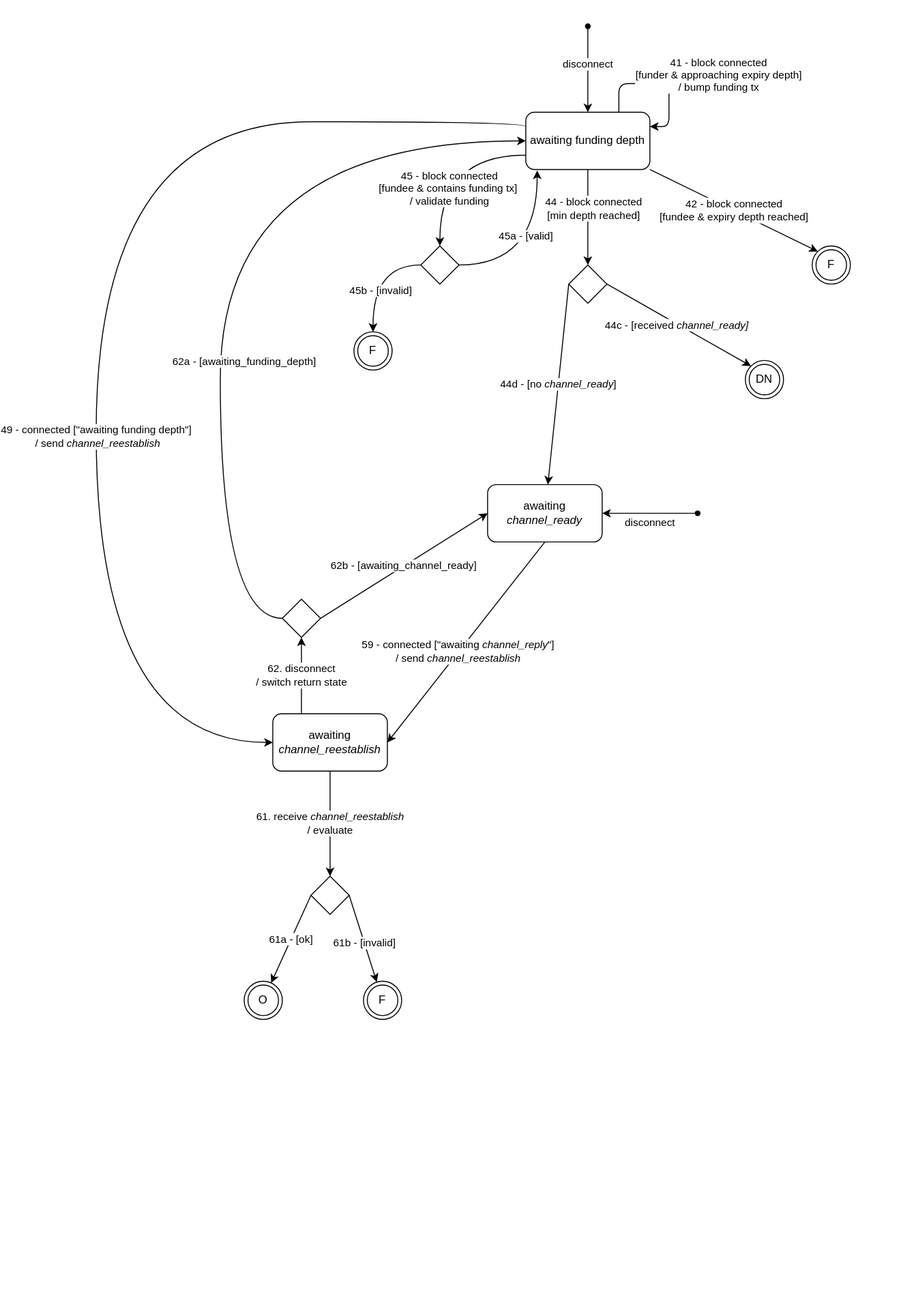
node-lightning/node-lightning keeps this draw.io diagram as docs/DisconnectedOpenChannel.svg. Above is the earlier version. Source tidied: cells renumbered, new cells last; positions are measured from the earlier drawing's top-left corner, leaving out a move shared by most shapes.
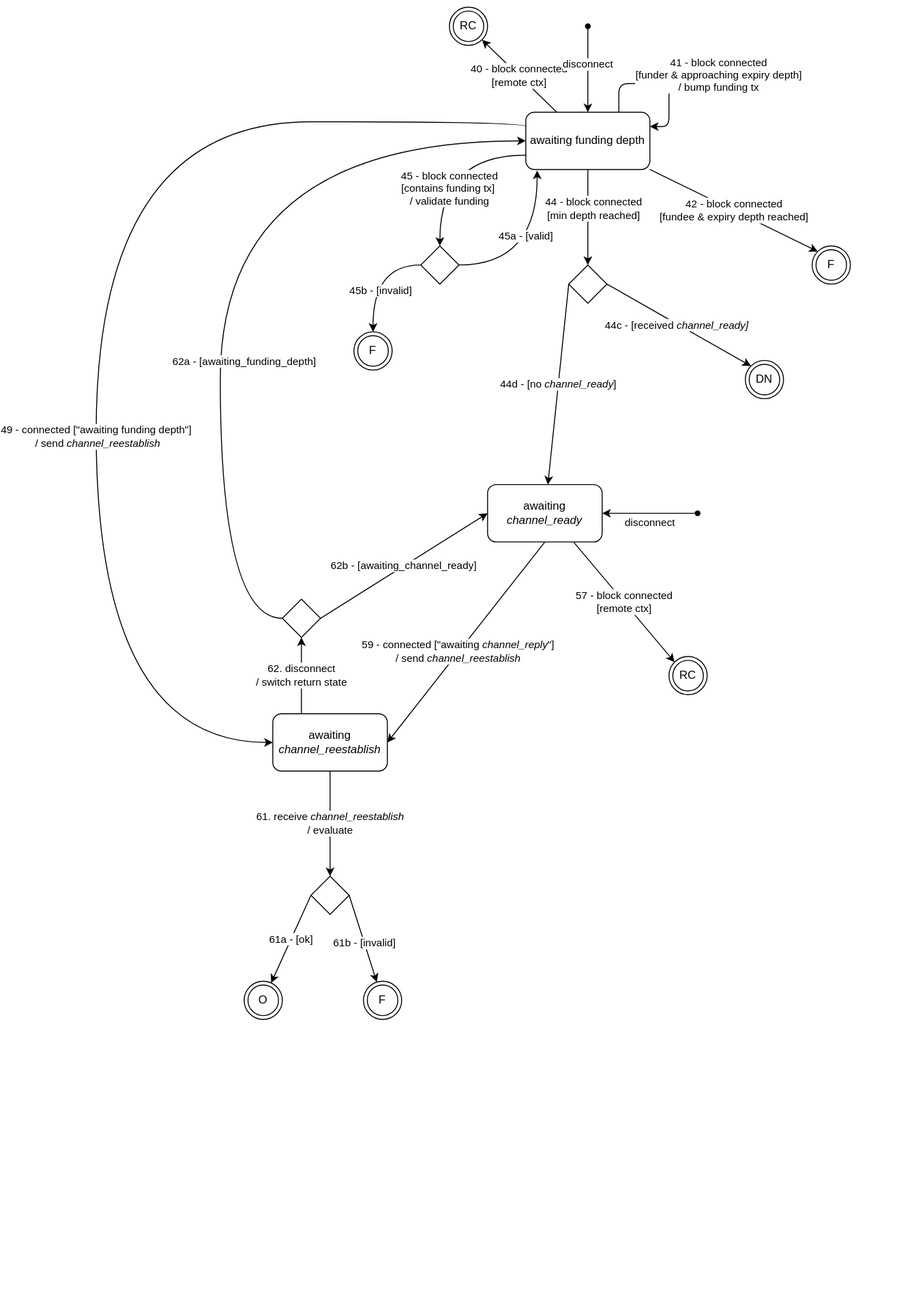
Above is the later version.

Commit message:
docs: update open to look for unilateral close

Diff of the diagram source:
```diff
@@ -27,9 +27,12 @@
     <mxCell id="6" value="42 - block connected&lt;br&gt;[fundee &amp;amp; expiry depth reached]" style="edgeStyle=none;rounded=0;jettySize=auto;html=1;exitX=1;exitY=1;exitDx=0;exitDy=0;entryX=0;entryY=0;entryDx=0;entryDy=0;" parent="1" edge="1" source="8" target="38">
       <mxGeometry relative="1" as="geometry" />
     </mxCell>
-    <mxCell id="7" value="45 - block connected&lt;br&gt;[fundee &amp;amp; contains funding tx]&amp;nbsp;&lt;br&gt;/ validate funding" style="edgeStyle=orthogonalEdgeStyle;curved=1;rounded=0;jettySize=auto;html=1;exitX=0;exitY=0.75;exitDx=0;exitDy=0;entryX=0.5;entryY=0;entryDx=0;entryDy=0;" parent="1" edge="1" source="8" target="42">
+    <mxCell id="7" value="45 - block connected&lt;br&gt;[contains funding tx]&amp;nbsp;&lt;br&gt;/ validate funding" style="edgeStyle=orthogonalEdgeStyle;curved=1;rounded=0;jettySize=auto;html=1;exitX=0;exitY=0.75;exitDx=0;exitDy=0;entryX=0.5;entryY=0;entryDx=0;entryDy=0;" parent="1" edge="1" source="8" target="42">
       <mxGeometry x="0.35" y="10" relative="1" as="geometry" />
     </mxCell>
+    <mxCell id="44" value="40 - block connected&lt;br&gt;[remote ctx]" style="edgeStyle=none;rounded=0;jettySize=auto;html=1;exitX=0.25;exitY=0;exitDx=0;exitDy=0;entryX=1;entryY=1;entryDx=0;entryDy=0;" parent="1" edge="1" source="8" target="47">
+      <mxGeometry relative="1" as="geometry" />
+    </mxCell>
     <mxCell id="8" value="awaiting funding depth" style="whiteSpace=wrap;html=1;rounded=1;" parent="1" vertex="1">
       <mxGeometry x="450" y="110" width="130" height="60" as="geometry" />
     </mxCell>
@@ -100,6 +103,9 @@
     <mxCell id="25" value="F" style="ellipse;shape=doubleEllipse;whiteSpace=wrap;html=1;" parent="1" vertex="1">
       <mxGeometry x="280" y="1020" width="40" height="40" as="geometry" />
     </mxCell>
+    <mxCell id="45" value="57 - block connected&lt;br&gt;[remote ctx]" style="rounded=0;jettySize=auto;html=1;exitX=0.75;exitY=1;exitDx=0;exitDy=0;entryX=0;entryY=0;entryDx=0;entryDy=0;" parent="1" edge="1" source="26" target="46">
+      <mxGeometry relative="1" as="geometry" />
+    </mxCell>
     <mxCell id="26" value="awaiting &lt;i&gt;channel_ready&lt;/i&gt;" style="rounded=1;whiteSpace=wrap;html=1;" parent="1" vertex="1">
       <mxGeometry x="410" y="500" width="120" height="60" as="geometry" />
     </mxCell>
@@ -163,5 +169,11 @@
     <mxCell id="43" value="F" style="ellipse;shape=doubleEllipse;whiteSpace=wrap;html=1;" parent="1" vertex="1">
       <mxGeometry x="270" y="340" width="40" height="40" as="geometry" />
     </mxCell>
+    <mxCell id="46" value="RC" style="ellipse;shape=doubleEllipse;whiteSpace=wrap;html=1;" parent="1" vertex="1">
+      <mxGeometry x="600" y="680" width="40" height="40" as="geometry" />
+    </mxCell>
+    <mxCell id="47" value="RC" style="ellipse;shape=doubleEllipse;whiteSpace=wrap;html=1;" parent="1" vertex="1">
+      <mxGeometry x="370" width="40" height="40" as="geometry" />
+    </mxCell>
   </root>
 </mxGraphModel>
```
